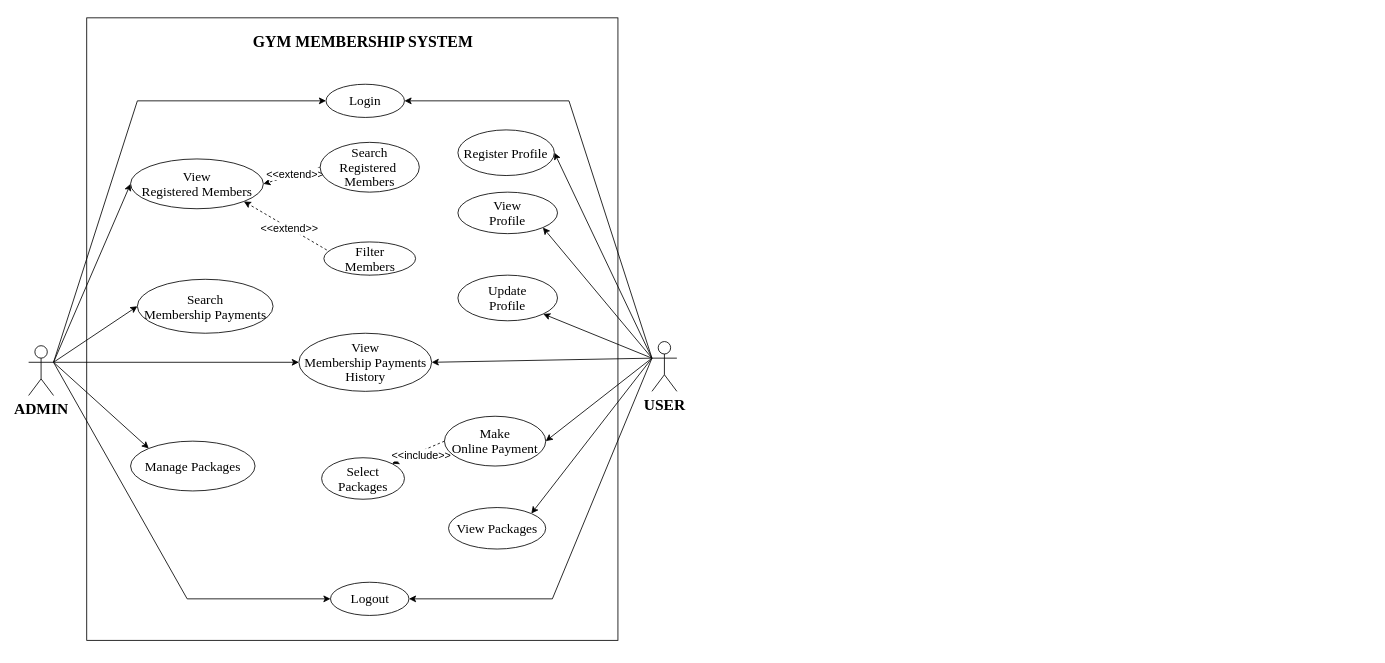
Before: Use Case Gym_Membership.drawio in AbeSoll/Draw.io, a draw.io diagram. Source tidied: cells renumbered, new cells numbered last; positions are measured from the earlier drawing's top-left corner, leaving out a move shared by most shapes. Both pictures are drawn from the tidied source at 83%, with x=0, y=0 at pixel (28, 17).
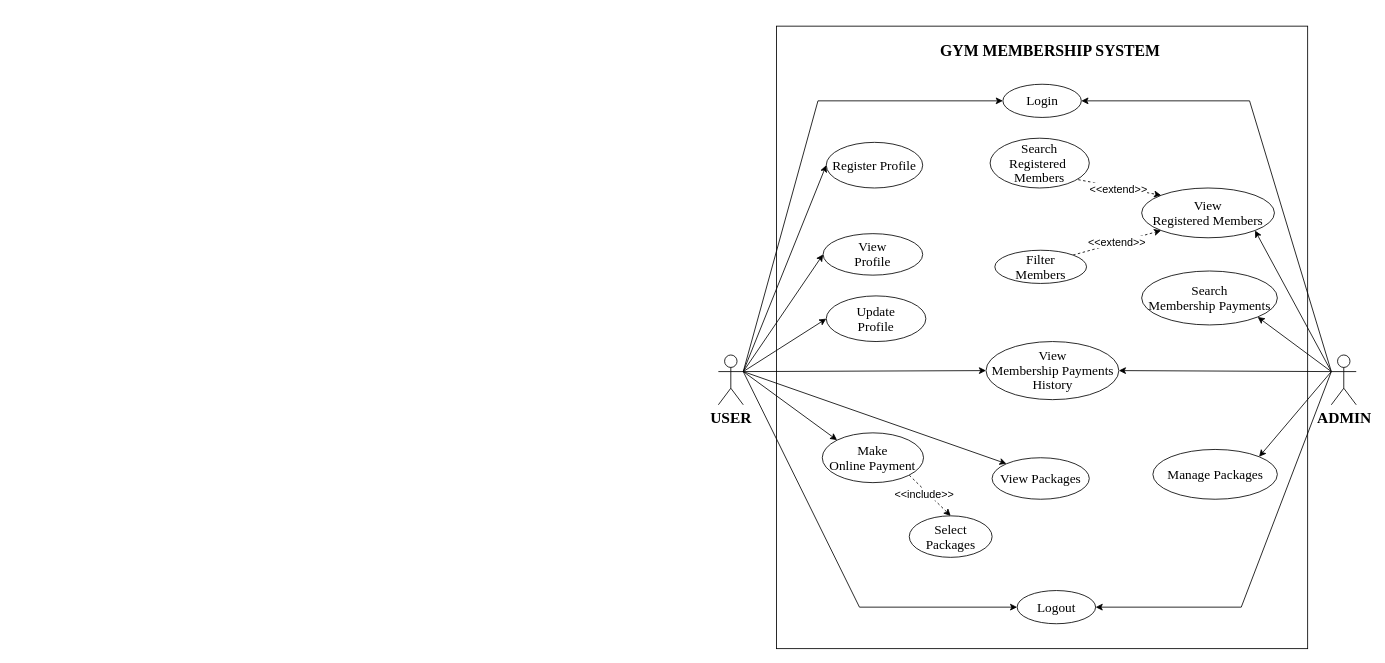
The same diagram, later.

What changed in the source:
```diff
@@
     <mxCell id="2" style="rounded=0;whiteSpace=wrap;html=1;" parent="1" vertex="1">
-      <mxGeometry x="70" width="640" height="750" as="geometry" />
+      <mxGeometry x="901" y="10" width="640" height="750" as="geometry" />
     </mxCell>
-    <mxCell id="3" style="rounded=0;jettySize=auto;html=1;exitX=1;exitY=0.3333333333333333;exitDx=0;exitDy=0;exitPerimeter=0;entryX=0;entryY=0.5;entryDx=0;entryDy=0;" parent="1" edge="1" source="9" target="21">
+    <mxCell id="3" style="rounded=0;jettySize=auto;html=1;exitX=0;exitY=0.3333333333333333;exitDx=0;exitDy=0;exitPerimeter=0;entryX=1;entryY=1;entryDx=0;entryDy=0;" parent="1" edge="1" source="9" target="21">
       <mxGeometry relative="1" as="geometry" />
     </mxCell>
-    <mxCell id="4" style="rounded=0;jettySize=auto;html=1;exitX=1;exitY=0.3333333333333333;exitDx=0;exitDy=0;exitPerimeter=0;entryX=0;entryY=0.5;entryDx=0;entryDy=0;" parent="1" edge="1" source="9" target="29">
+    <mxCell id="4" style="rounded=0;jettySize=auto;html=1;exitX=0;exitY=0.3333333333333333;exitDx=0;exitDy=0;exitPerimeter=0;entryX=1;entryY=1;entryDx=0;entryDy=0;" parent="1" edge="1" source="9" target="29">
       <mxGeometry relative="1" as="geometry" />
     </mxCell>
-    <mxCell id="5" style="rounded=0;jettySize=auto;html=1;entryX=0;entryY=0;entryDx=0;entryDy=0;exitX=1;exitY=0.3333333333333333;exitDx=0;exitDy=0;exitPerimeter=0;" parent="1" edge="1" source="9" target="30">
+    <mxCell id="5" style="rounded=0;jettySize=auto;html=1;entryX=1;entryY=0;entryDx=0;entryDy=0;exitX=0;exitY=0.3333333333333333;exitDx=0;exitDy=0;exitPerimeter=0;" parent="1" edge="1" source="9" target="30">
       <mxGeometry relative="1" as="geometry" />
     </mxCell>
-    <mxCell id="6" style="rounded=0;jettySize=auto;html=1;exitX=1;exitY=0.3333333333333333;exitDx=0;exitDy=0;exitPerimeter=0;entryX=0;entryY=0.5;entryDx=0;entryDy=0;" parent="1" edge="1" source="9" target="32">
+    <mxCell id="6" style="rounded=0;jettySize=auto;html=1;exitX=0;exitY=0.3333333333333333;exitDx=0;exitDy=0;exitPerimeter=0;entryX=1;entryY=0.5;entryDx=0;entryDy=0;" parent="1" edge="1" source="9" target="32">
       <mxGeometry relative="1" as="geometry">
         <Array as="points">
-          <mxPoint x="131" y="100" />
+          <mxPoint x="1471" y="100" />
         </Array>
       </mxGeometry>
     </mxCell>
-    <mxCell id="7" style="rounded=0;jettySize=auto;html=1;exitX=1;exitY=0.3333333333333333;exitDx=0;exitDy=0;exitPerimeter=0;entryX=0;entryY=0.5;entryDx=0;entryDy=0;" parent="1" edge="1" source="9" target="39">
+    <mxCell id="7" style="rounded=0;jettySize=auto;html=1;exitX=0;exitY=0.3333333333333333;exitDx=0;exitDy=0;exitPerimeter=0;entryX=1;entryY=0.5;entryDx=0;entryDy=0;" parent="1" edge="1" source="9" target="39">
       <mxGeometry relative="1" as="geometry">
         <Array as="points">
-          <mxPoint x="191" y="700" />
+          <mxPoint x="1461" y="710" />
         </Array>
       </mxGeometry>
     </mxCell>
-    <mxCell id="8" style="rounded=0;jettySize=auto;html=1;exitX=1;exitY=0.3333333333333333;exitDx=0;exitDy=0;exitPerimeter=0;entryX=0;entryY=0.5;entryDx=0;entryDy=0;" parent="1" edge="1" source="9" target="28">
+    <mxCell id="8" style="rounded=0;jettySize=auto;html=1;exitX=0;exitY=0.3333333333333333;exitDx=0;exitDy=0;exitPerimeter=0;entryX=1;entryY=0.5;entryDx=0;entryDy=0;" parent="1" edge="1" source="9" target="28">
       <mxGeometry relative="1" as="geometry" />
     </mxCell>
     <mxCell id="9" value="&lt;b&gt;&lt;span style=&quot;font-size: 14pt; line-height: 107%; font-family: &amp;quot;Times New Roman&amp;quot;, serif;&quot;&gt;ADMIN&lt;/span&gt;&lt;/b&gt;" style="shape=umlActor;verticalLabelPosition=bottom;verticalAlign=top;html=1;outlineConnect=0;" parent="1" vertex="1">
-      <mxGeometry y="395" width="30" height="60" as="geometry" />
+      <mxGeometry x="1569.5" y="406.2" width="30" height="60" as="geometry" />
     </mxCell>
-    <mxCell id="10" style="rounded=0;jettySize=auto;html=1;exitX=0;exitY=0.3333333333333333;exitDx=0;exitDy=0;exitPerimeter=0;entryX=1;entryY=1;entryDx=0;entryDy=0;" parent="1" edge="1" source="18" target="31">
+    <mxCell id="10" style="rounded=0;jettySize=auto;html=1;exitX=1;exitY=0.3333333333333333;exitDx=0;exitDy=0;exitPerimeter=0;entryX=0;entryY=0.5;entryDx=0;entryDy=0;" parent="1" edge="1" source="18" target="31">
       <mxGeometry relative="1" as="geometry" />
     </mxCell>
-    <mxCell id="11" style="rounded=0;jettySize=auto;html=1;exitX=0;exitY=0.3333333333333333;exitDx=0;exitDy=0;exitPerimeter=0;entryX=1;entryY=1;entryDx=0;entryDy=0;" parent="1" edge="1" source="18" target="33">
+    <mxCell id="11" style="rounded=0;jettySize=auto;html=1;exitX=1;exitY=0.3333333333333333;exitDx=0;exitDy=0;exitPerimeter=0;entryX=0;entryY=0.5;entryDx=0;entryDy=0;" parent="1" edge="1" source="18" target="33">
       <mxGeometry relative="1" as="geometry" />
     </mxCell>
-    <mxCell id="12" style="rounded=0;jettySize=auto;html=1;exitX=0;exitY=0.3333333333333333;exitDx=0;exitDy=0;exitPerimeter=0;entryX=1;entryY=0;entryDx=0;entryDy=0;" parent="1" edge="1" source="18" target="38">
+    <mxCell id="12" style="rounded=0;jettySize=auto;html=1;exitX=1;exitY=0.3333333333333333;exitDx=0;exitDy=0;exitPerimeter=0;entryX=0;entryY=0;entryDx=0;entryDy=0;" parent="1" edge="1" source="18" target="38">
       <mxGeometry relative="1" as="geometry" />
     </mxCell>
-    <mxCell id="13" style="rounded=0;jettySize=auto;html=1;exitX=0;exitY=0.3333333333333333;exitDx=0;exitDy=0;exitPerimeter=0;entryX=1;entryY=0.5;entryDx=0;entryDy=0;" parent="1" edge="1" source="18" target="37">
+    <mxCell id="13" style="rounded=0;jettySize=auto;html=1;exitX=1;exitY=0.3333333333333333;exitDx=0;exitDy=0;exitPerimeter=0;entryX=0;entryY=0;entryDx=0;entryDy=0;" parent="1" edge="1" source="18" target="37">
       <mxGeometry relative="1" as="geometry" />
     </mxCell>
-    <mxCell id="14" style="rounded=0;jettySize=auto;html=1;exitX=0;exitY=0.3333333333333333;exitDx=0;exitDy=0;exitPerimeter=0;entryX=1;entryY=0.5;entryDx=0;entryDy=0;" parent="1" edge="1" source="18" target="32">
+    <mxCell id="14" style="rounded=0;jettySize=auto;html=1;exitX=1;exitY=0.3333333333333333;exitDx=0;exitDy=0;exitPerimeter=0;entryX=0;entryY=0.5;entryDx=0;entryDy=0;" parent="1" edge="1" source="18" target="32">
       <mxGeometry relative="1" as="geometry">
         <Array as="points">
-          <mxPoint x="651" y="100" />
+          <mxPoint x="951" y="100" />
         </Array>
       </mxGeometry>
     </mxCell>
-    <mxCell id="15" style="rounded=0;jettySize=auto;html=1;exitX=0;exitY=0.3333333333333333;exitDx=0;exitDy=0;exitPerimeter=0;entryX=1;entryY=0.5;entryDx=0;entryDy=0;" parent="1" edge="1" source="18" target="20">
+    <mxCell id="15" style="rounded=0;jettySize=auto;html=1;exitX=1;exitY=0.3333333333333333;exitDx=0;exitDy=0;exitPerimeter=0;entryX=0;entryY=0.5;entryDx=0;entryDy=0;" parent="1" edge="1" source="18" target="20">
       <mxGeometry relative="1" as="geometry" />
     </mxCell>
-    <mxCell id="16" style="rounded=0;jettySize=auto;html=1;exitX=0;exitY=0.3333333333333333;exitDx=0;exitDy=0;exitPerimeter=0;entryX=1;entryY=0.5;entryDx=0;entryDy=0;" parent="1" edge="1" source="18" target="39">
+    <mxCell id="16" style="rounded=0;jettySize=auto;html=1;exitX=1;exitY=0.3333333333333333;exitDx=0;exitDy=0;exitPerimeter=0;entryX=0;entryY=0.5;entryDx=0;entryDy=0;" parent="1" edge="1" source="18" target="39">
       <mxGeometry relative="1" as="geometry">
         <Array as="points">
-          <mxPoint x="631" y="700" />
+          <mxPoint x="1001" y="710" />
         </Array>
       </mxGeometry>
     </mxCell>
-    <mxCell id="17" style="rounded=0;jettySize=auto;html=1;exitX=0;exitY=0.3333333333333333;exitDx=0;exitDy=0;exitPerimeter=0;entryX=1;entryY=0.5;entryDx=0;entryDy=0;" parent="1" edge="1" source="18" target="28">
+    <mxCell id="17" style="rounded=0;jettySize=auto;html=1;exitX=1;exitY=0.3333333333333333;exitDx=0;exitDy=0;exitPerimeter=0;entryX=0;entryY=0.5;entryDx=0;entryDy=0;" parent="1" edge="1" source="18" target="28">
       <mxGeometry relative="1" as="geometry" />
     </mxCell>
     <mxCell id="18" value="&lt;b&gt;&lt;span style=&quot;font-size: 14pt; line-height: 107%; font-family: &amp;quot;Times New Roman&amp;quot;, serif;&quot;&gt;USER&lt;/span&gt;&lt;/b&gt;" style="shape=umlActor;verticalLabelPosition=bottom;verticalAlign=top;html=1;outlineConnect=0;" parent="1" vertex="1">
-      <mxGeometry x="751" y="390" width="30" height="60" as="geometry" />
+      <mxGeometry x="831" y="406.2" width="30" height="60" as="geometry" />
     </mxCell>
     <mxCell id="19" value="&lt;p class=&quot;MsoNormal&quot; align=&quot;center&quot; style=&quot;margin-bottom: 0cm; line-height: 150%;&quot;&gt;&lt;b&gt;&lt;span style=&quot;line-height: 150%; font-family: &amp;quot;Times New Roman&amp;quot;, serif;&quot;&gt;GYM MEMBERSHIP SYSTEM&amp;nbsp;&lt;/span&gt;&lt;/b&gt;&lt;/p&gt;" style="text;html=1;align=center;verticalAlign=middle;whiteSpace=wrap;rounded=0;fontStyle=1;fontSize=19;" parent="1" vertex="1">
-      <mxGeometry x="229.1" width="353" height="40" as="geometry" />
+      <mxGeometry x="1057" y="10" width="353" height="40" as="geometry" />
     </mxCell>
     <mxCell id="20" value="&lt;span style=&quot;font-size: 12pt; line-height: 107%; font-family: &amp;quot;Times New Roman&amp;quot;, serif;&quot;&gt;Register Profile&lt;/span&gt;" style="ellipse;whiteSpace=wrap;html=1;" parent="1" vertex="1">
-      <mxGeometry x="517.2" y="135" width="116.2" height="55" as="geometry" />
+      <mxGeometry x="961" y="150" width="116.2" height="55" as="geometry" />
     </mxCell>
     <mxCell id="21" value="&lt;span style=&quot;font-size: 12pt; line-height: 107%; font-family: &amp;quot;Times New Roman&amp;quot;, serif;&quot;&gt;View&lt;br/&gt;Registered Members&lt;/span&gt;" style="ellipse;whiteSpace=wrap;html=1;" parent="1" vertex="1">
-      <mxGeometry x="122.8" y="170" width="160" height="60" as="geometry" />
+      <mxGeometry x="1341" y="205" width="160" height="60" as="geometry" />
     </mxCell>
-    <mxCell id="22" style="rounded=0;jettySize=auto;html=1;exitX=0;exitY=0.5;exitDx=0;exitDy=0;entryX=1;entryY=0.5;entryDx=0;entryDy=0;dashed=1;" parent="1" edge="1" source="24" target="21">
+    <mxCell id="22" style="rounded=0;jettySize=auto;html=1;exitX=0;exitY=0.5;exitDx=0;exitDy=0;entryX=0;entryY=0;entryDx=0;entryDy=0;dashed=1;" parent="1" edge="1" source="24" target="21">
       <mxGeometry relative="1" as="geometry" />
     </mxCell>
-    <mxCell id="23" value="&amp;lt;&amp;lt;extend&amp;gt;&amp;gt;" style="edgeLabel;html=1;align=center;verticalAlign=middle;fontSize=13;" parent="22" vertex="1">
-      <mxGeometry x="-0.09" relative="1" as="geometry">
-        <mxPoint y="-1" as="offset" />
-      </mxGeometry>
-    </mxCell>
     <mxCell id="24" value="&lt;span style=&quot;font-size: 12pt; line-height: 107%; font-family: &amp;quot;Times New Roman&amp;quot;, serif;&quot;&gt;Search&lt;br&gt;Registered&amp;nbsp;&lt;/span&gt;&lt;div&gt;&lt;span style=&quot;font-size: 12pt; line-height: 107%; font-family: &amp;quot;Times New Roman&amp;quot;, serif;&quot;&gt;Members&lt;/span&gt;&lt;/div&gt;" style="ellipse;whiteSpace=wrap;html=1;" parent="1" vertex="1">
-      <mxGeometry x="351.2" y="150" width="119.5" height="60" as="geometry" />
+      <mxGeometry x="1158.4" y="145" width="119.5" height="60" as="geometry" />
     </mxCell>
-    <mxCell id="25" style="rounded=0;jettySize=auto;html=1;exitX=0.5;exitY=1;exitDx=0;exitDy=0;entryX=1;entryY=1;entryDx=0;entryDy=0;dashed=1;" parent="1" edge="1" source="27" target="21">
+    <mxCell id="25" style="rounded=0;jettySize=auto;html=1;exitX=1;exitY=0;exitDx=0;exitDy=0;entryX=0;entryY=1;entryDx=0;entryDy=0;dashed=1;" parent="1" edge="1" source="27" target="21">
       <mxGeometry relative="1" as="geometry" />
     </mxCell>
     <mxCell id="26" value="&amp;lt;&amp;lt;extend&amp;gt;&amp;gt;" style="edgeLabel;html=1;align=center;verticalAlign=middle;fontSize=13;" parent="25" vertex="1">
       <mxGeometry x="0.12" y="-1" relative="1" as="geometry">
-        <mxPoint x="-13" y="-6" as="offset" />
+        <mxPoint x="-8" y="-1" as="offset" />
       </mxGeometry>
     </mxCell>
     <mxCell id="27" value="&lt;span class=&quot;custom-cursor-default-hover&quot; style=&quot;font-size: 12pt; line-height: 107%; font-family: &amp;quot;Times New Roman&amp;quot;, serif;&quot;&gt;Filter&lt;br&gt;Members&lt;/span&gt;" style="ellipse;whiteSpace=wrap;html=1;" parent="1" vertex="1">
-      <mxGeometry x="355.7" y="270" width="110.5" height="40" as="geometry" />
+      <mxGeometry x="1164.1" y="280" width="110.5" height="40" as="geometry" />
     </mxCell>
     <mxCell id="28" value="&lt;span style=&quot;font-size: 12pt; line-height: 107%; font-family: &amp;quot;Times New Roman&amp;quot;, serif;&quot;&gt;View&lt;br&gt;Membership Payments History&lt;/span&gt;" style="ellipse;whiteSpace=wrap;html=1;" parent="1" vertex="1">
-      <mxGeometry x="325.6" y="380" width="160" height="70" as="geometry" />
+      <mxGeometry x="1153.5" y="390" width="160" height="70" as="geometry" />
     </mxCell>
     <mxCell id="29" value="&lt;span style=&quot;font-size: 12pt; line-height: 107%; font-family: &amp;quot;Times New Roman&amp;quot;, serif;&quot;&gt;Search&lt;br&gt;Membership Payments&lt;/span&gt;" style="ellipse;whiteSpace=wrap;html=1;" parent="1" vertex="1">
-      <mxGeometry x="131" y="315" width="163.5" height="65" as="geometry" />
+      <mxGeometry x="1341" y="305" width="163.5" height="65" as="geometry" />
     </mxCell>
     <mxCell id="30" value="&lt;font face=&quot;Times New Roman, serif&quot;&gt;&lt;span style=&quot;font-size: 16px;&quot;&gt;Manage Packages&lt;/span&gt;&lt;/font&gt;" style="ellipse;whiteSpace=wrap;html=1;" parent="1" vertex="1">
-      <mxGeometry x="122.8" y="510" width="150" height="60" as="geometry" />
+      <mxGeometry x="1354.5" y="520" width="150" height="60" as="geometry" />
     </mxCell>
     <mxCell id="31" value="&lt;span style=&quot;font-size: 12pt; line-height: 107%; font-family: &amp;quot;Times New Roman&amp;quot;, serif;&quot;&gt;View&lt;br/&gt;Profile&lt;/span&gt;" style="ellipse;whiteSpace=wrap;html=1;" parent="1" vertex="1">
-      <mxGeometry x="517.2" y="210" width="120" height="50" as="geometry" />
+      <mxGeometry x="957.2" y="260" width="120" height="50" as="geometry" />
     </mxCell>
     <mxCell id="32" value="&lt;span style=&quot;font-size: 12pt; line-height: 107%; font-family: &amp;quot;Times New Roman&amp;quot;, serif;&quot;&gt;Login&lt;/span&gt;" style="ellipse;whiteSpace=wrap;html=1;" parent="1" vertex="1">
-      <mxGeometry x="358.3" y="80" width="94.5" height="40" as="geometry" />
+      <mxGeometry x="1173.8" y="80" width="94.5" height="40" as="geometry" />
     </mxCell>
     <mxCell id="33" value="&lt;span style=&quot;font-size: 12pt; line-height: 107%; font-family: &amp;quot;Times New Roman&amp;quot;, serif;&quot;&gt;Update&lt;br/&gt;Profile&lt;/span&gt;" style="ellipse;whiteSpace=wrap;html=1;" parent="1" vertex="1">
-      <mxGeometry x="517.2" y="310" width="120" height="55" as="geometry" />
+      <mxGeometry x="961" y="335" width="120" height="55" as="geometry" />
     </mxCell>
     <mxCell id="34" value="&lt;span style=&quot;font-size: 12pt; line-height: 107%; font-family: &amp;quot;Times New Roman&amp;quot;, serif;&quot;&gt;Select&lt;br/&gt;Packages&lt;/span&gt;" style="ellipse;whiteSpace=wrap;html=1;" parent="1" vertex="1">
-      <mxGeometry x="353" y="530" width="99.8" height="50" as="geometry" />
+      <mxGeometry x="1061" y="600" width="99.8" height="50" as="geometry" />
     </mxCell>
-    <mxCell id="35" style="rounded=0;jettySize=auto;html=1;exitX=0;exitY=0.5;exitDx=0;exitDy=0;entryX=1;entryY=0;entryDx=0;entryDy=0;dashed=1;" parent="1" edge="1" source="37" target="34">
-      <mxGeometry relative="1" as="geometry" />
+    <mxCell id="35" style="rounded=0;jettySize=auto;html=1;entryX=0.5;entryY=0;entryDx=0;entryDy=0;dashed=1;" parent="1" edge="1" target="34">
+      <mxGeometry relative="1" as="geometry">
+        <mxPoint x="1061" y="551" as="sourcePoint" />
+      </mxGeometry>
     </mxCell>
@@
     <mxCell id="37" value="&lt;span style=&quot;font-size: 12pt; line-height: 107%; font-family: &amp;quot;Times New Roman&amp;quot;, serif;&quot;&gt;Make&lt;br/&gt;Online Payment&lt;/span&gt;" style="ellipse;whiteSpace=wrap;html=1;" parent="1" vertex="1">
-      <mxGeometry x="501" y="480" width="122" height="60" as="geometry" />
+      <mxGeometry x="956.2" y="500" width="122" height="60" as="geometry" />
     </mxCell>
     <mxCell id="38" value="&lt;font face=&quot;Times New Roman, serif&quot;&gt;&lt;span class=&quot;custom-cursor-default-hover&quot; style=&quot;font-size: 16px;&quot;&gt;View Packages&lt;/span&gt;&lt;/font&gt;" style="ellipse;whiteSpace=wrap;html=1;" parent="1" vertex="1">
-      <mxGeometry x="505.9" y="590" width="117.1" height="50" as="geometry" />
+      <mxGeometry x="1160.8" y="530" width="117.1" height="50" as="geometry" />
     </mxCell>
     <mxCell id="39" value="&lt;span style=&quot;font-size: 12pt; line-height: 107%; font-family: &amp;quot;Times New Roman&amp;quot;, serif;&quot;&gt;Logout&lt;/span&gt;" style="ellipse;whiteSpace=wrap;html=1;" parent="1" vertex="1">
-      <mxGeometry x="363.7" y="680" width="94.5" height="40" as="geometry" />
+      <mxGeometry x="1191" y="690" width="94.5" height="40" as="geometry" />
     </mxCell>
+    <mxCell id="23" value="&amp;lt;&amp;lt;extend&amp;gt;&amp;gt;" style="edgeLabel;html=1;align=center;verticalAlign=middle;fontSize=13;" parent="1" vertex="1">
+      <mxGeometry x="1312" y="205" as="geometry" />
+    </mxCell>
```
